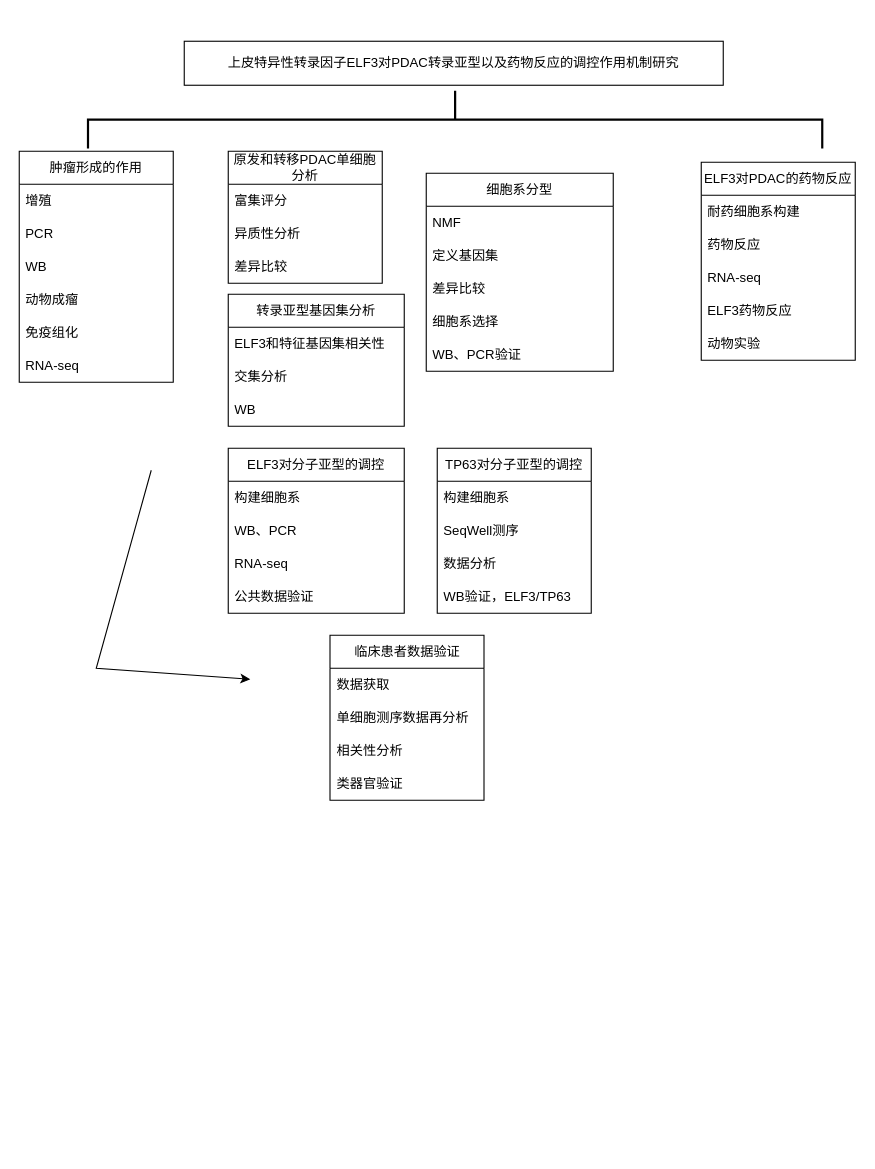
The draw.io diagram ELF3技术路线.drawio in doctorchenzx/ELF3-project, before the edit. Source tidied: cells renumbered, new cells numbered last; positions are measured from the earlier drawing's top-left corner, leaving out a move shared by most shapes. Both pictures are drawn from the tidied source at 110%, with x=0, y=0 at pixel (19, -248).
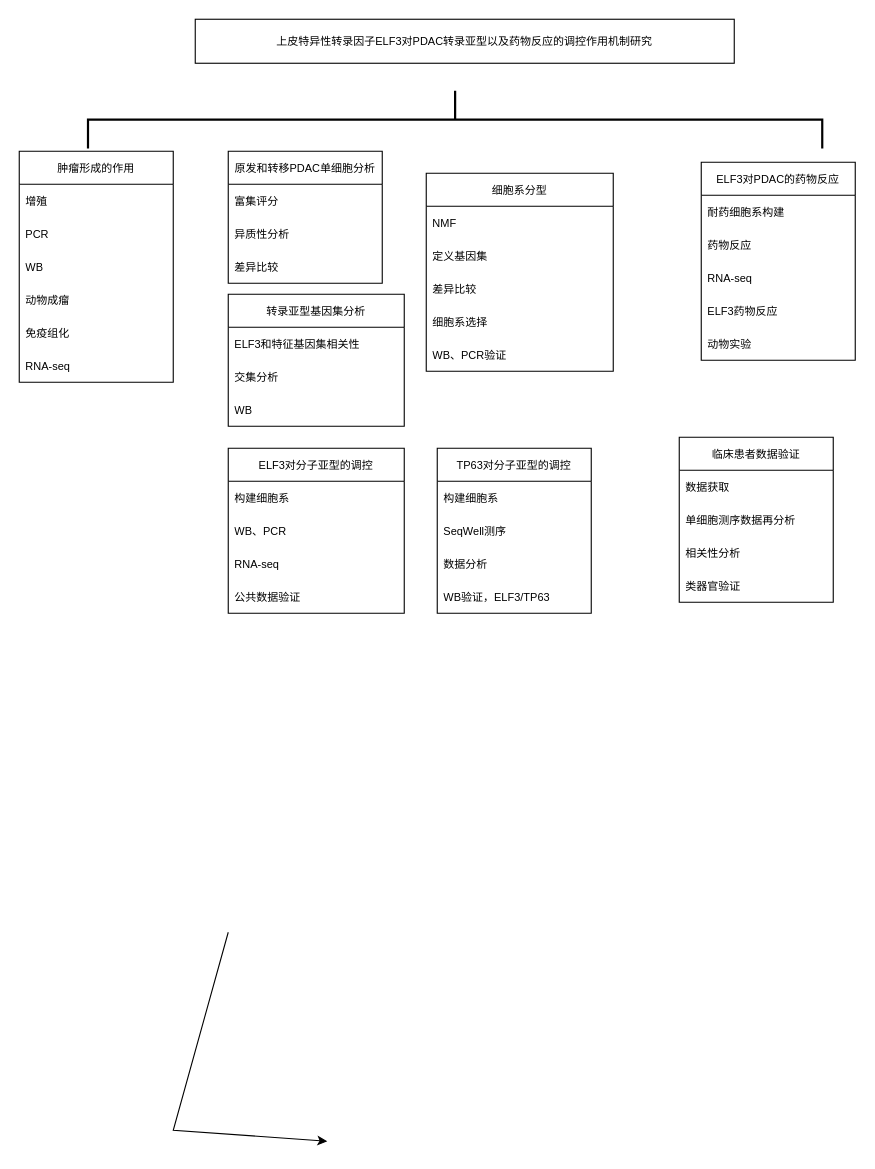
The same diagram, later.

Commit message:
更新ELF3技术路线.drawio

The edit, as a diff of the source:
```diff
@@
-    <mxCell id="2" value="上皮特异性转录因子ELF3对PDAC转录亚型以及药物反应的调控作用机制研究" style="rounded=0;whiteSpace=wrap;html=1;" parent="1" vertex="1">
-      <mxGeometry x="150" y="262" width="490" height="40" as="geometry" />
+    <mxCell id="2" value="上皮特异性转录因子ELF3对PDAC转录亚型以及药物反应的调控作用机制研究" style="rounded=0;whiteSpace=wrap;html=1;fontSize=10;" parent="1" vertex="1">
+      <mxGeometry x="160" y="242" width="490" height="40" as="geometry" />
     </mxCell>
-    <mxCell id="3" style="endArrow=classic;html=1;rounded=0;" parent="1" edge="1">
+    <mxCell id="3" style="endArrow=classic;html=1;rounded=0;fontSize=10;" parent="1" edge="1">
       <mxGeometry relative="1" as="geometry">
-        <mxPoint x="120" y="652" as="sourcePoint" />
-        <mxPoint x="210" y="842" as="targetPoint" />
+        <mxPoint x="190" y="1072" as="sourcePoint" />
+        <mxPoint x="280" y="1262" as="targetPoint" />
         <Array as="points">
-          <mxPoint x="70" y="832" />
+          <mxPoint x="140" y="1252" />
         </Array>
       </mxGeometry>
     </mxCell>
-    <mxCell id="4" value="肿瘤形成的作用" style="swimlane;fontStyle=0;horizontal=1;startSize=30;whiteSpace=wrap;html=1;" parent="1" vertex="1">
+    <mxCell id="4" value="肿瘤形成的作用" style="swimlane;fontStyle=0;horizontal=1;startSize=30;whiteSpace=wrap;html=1;fontSize=10;" parent="1" vertex="1">
       <mxGeometry y="362" width="140" height="210" as="geometry" />
     </mxCell>
-    <mxCell id="5" value="增殖" style="text;strokeColor=none;fillColor=none;align=left;verticalAlign=middle;spacingLeft=4;spacingRight=4;overflow=hidden;whiteSpace=wrap;html=1;" parent="4" vertex="1">
+    <mxCell id="5" value="增殖" style="text;strokeColor=none;fillColor=none;align=left;verticalAlign=middle;spacingLeft=4;spacingRight=4;overflow=hidden;whiteSpace=wrap;html=1;fontSize=10;" parent="4" vertex="1">
       <mxGeometry y="30" width="140" height="30" as="geometry" />
     </mxCell>
-    <mxCell id="6" value="PCR" style="text;strokeColor=none;fillColor=none;align=left;verticalAlign=middle;spacingLeft=4;spacingRight=4;overflow=hidden;whiteSpace=wrap;html=1;" parent="4" vertex="1">
+    <mxCell id="6" value="PCR" style="text;strokeColor=none;fillColor=none;align=left;verticalAlign=middle;spacingLeft=4;spacingRight=4;overflow=hidden;whiteSpace=wrap;html=1;fontSize=10;" parent="4" vertex="1">
       <mxGeometry y="60" width="140" height="30" as="geometry" />
     </mxCell>
-    <mxCell id="7" value="WB" style="text;strokeColor=none;fillColor=none;align=left;verticalAlign=middle;spacingLeft=4;spacingRight=4;overflow=hidden;whiteSpace=wrap;html=1;" parent="4" vertex="1">
+    <mxCell id="7" value="WB" style="text;strokeColor=none;fillColor=none;align=left;verticalAlign=middle;spacingLeft=4;spacingRight=4;overflow=hidden;whiteSpace=wrap;html=1;fontSize=10;" parent="4" vertex="1">
       <mxGeometry y="90" width="140" height="30" as="geometry" />
     </mxCell>
-    <mxCell id="8" value="动物成瘤" style="text;strokeColor=none;fillColor=none;align=left;verticalAlign=middle;spacingLeft=4;spacingRight=4;overflow=hidden;whiteSpace=wrap;html=1;" parent="4" vertex="1">
+    <mxCell id="8" value="动物成瘤" style="text;strokeColor=none;fillColor=none;align=left;verticalAlign=middle;spacingLeft=4;spacingRight=4;overflow=hidden;whiteSpace=wrap;html=1;fontSize=10;" parent="4" vertex="1">
       <mxGeometry y="120" width="140" height="30" as="geometry" />
     </mxCell>
-    <mxCell id="9" value="免疫组化" style="text;strokeColor=none;fillColor=none;align=left;verticalAlign=middle;spacingLeft=4;spacingRight=4;overflow=hidden;whiteSpace=wrap;html=1;" parent="4" vertex="1">
+    <mxCell id="9" value="免疫组化" style="text;strokeColor=none;fillColor=none;align=left;verticalAlign=middle;spacingLeft=4;spacingRight=4;overflow=hidden;whiteSpace=wrap;html=1;fontSize=10;" parent="4" vertex="1">
       <mxGeometry y="150" width="140" height="30" as="geometry" />
     </mxCell>
-    <mxCell id="10" value="RNA-seq" style="text;strokeColor=none;fillColor=none;align=left;verticalAlign=middle;spacingLeft=4;spacingRight=4;overflow=hidden;whiteSpace=wrap;html=1;" parent="4" vertex="1">
+    <mxCell id="10" value="RNA-seq" style="text;strokeColor=none;fillColor=none;align=left;verticalAlign=middle;spacingLeft=4;spacingRight=4;overflow=hidden;whiteSpace=wrap;html=1;fontSize=10;" parent="4" vertex="1">
       <mxGeometry y="180" width="140" height="30" as="geometry" />
     </mxCell>
-    <mxCell id="11" style="strokeWidth=2;html=1;shape=mxgraph.flowchart.annotation_2;align=left;labelPosition=right;rotation=90;" parent="1" vertex="1">
+    <mxCell id="11" style="strokeWidth=2;html=1;shape=mxgraph.flowchart.annotation_2;align=left;labelPosition=right;rotation=90;fontSize=10;" parent="1" vertex="1">
       <mxGeometry x="370" y="-0.5" width="52.5" height="667.5" as="geometry" />
     </mxCell>
-    <mxCell id="12" value="转录亚型基因集分析" style="swimlane;fontStyle=0;horizontal=1;startSize=30;whiteSpace=wrap;html=1;" parent="1" vertex="1">
+    <mxCell id="12" value="转录亚型基因集分析" style="swimlane;fontStyle=0;horizontal=1;startSize=30;whiteSpace=wrap;html=1;fontSize=10;" parent="1" vertex="1">
       <mxGeometry x="190" y="492" width="160" height="120" as="geometry" />
     </mxCell>
-    <mxCell id="13" value="ELF3和特征基因集相关性" style="text;strokeColor=none;fillColor=none;align=left;verticalAlign=middle;spacingLeft=4;spacingRight=4;overflow=hidden;whiteSpace=wrap;html=1;" parent="12" vertex="1">
+    <mxCell id="13" value="ELF3和特征基因集相关性" style="text;strokeColor=none;fillColor=none;align=left;verticalAlign=middle;spacingLeft=4;spacingRight=4;overflow=hidden;whiteSpace=wrap;html=1;fontSize=10;" parent="12" vertex="1">
       <mxGeometry y="30" width="160" height="30" as="geometry" />
     </mxCell>
-    <mxCell id="14" value="交集分析" style="text;strokeColor=none;fillColor=none;align=left;verticalAlign=middle;spacingLeft=4;spacingRight=4;overflow=hidden;whiteSpace=wrap;html=1;" parent="12" vertex="1">
+    <mxCell id="14" value="交集分析" style="text;strokeColor=none;fillColor=none;align=left;verticalAlign=middle;spacingLeft=4;spacingRight=4;overflow=hidden;whiteSpace=wrap;html=1;fontSize=10;" parent="12" vertex="1">
       <mxGeometry y="60" width="160" height="30" as="geometry" />
     </mxCell>
-    <mxCell id="15" value="WB" style="text;strokeColor=none;fillColor=none;align=left;verticalAlign=middle;spacingLeft=4;spacingRight=4;overflow=hidden;whiteSpace=wrap;html=1;" parent="12" vertex="1">
+    <mxCell id="15" value="WB" style="text;strokeColor=none;fillColor=none;align=left;verticalAlign=middle;spacingLeft=4;spacingRight=4;overflow=hidden;whiteSpace=wrap;html=1;fontSize=10;" parent="12" vertex="1">
       <mxGeometry y="90" width="160" height="30" as="geometry" />
     </mxCell>
-    <mxCell id="16" value="ELF3对PDAC的药物反应" style="swimlane;fontStyle=0;horizontal=1;startSize=30;whiteSpace=wrap;html=1;" parent="1" vertex="1">
+    <mxCell id="16" value="ELF3对PDAC的药物反应" style="swimlane;fontStyle=0;horizontal=1;startSize=30;whiteSpace=wrap;html=1;fontSize=10;" parent="1" vertex="1">
       <mxGeometry x="620" y="372" width="140" height="180" as="geometry" />
     </mxCell>
-    <mxCell id="17" value="&lt;div&gt;&lt;span style=&quot;background-color: transparent; color: light-dark(rgb(0, 0, 0), rgb(255, 255, 255));&quot;&gt;耐药细胞系构建&lt;/span&gt;&lt;/div&gt;" style="text;strokeColor=none;fillColor=none;align=left;verticalAlign=middle;spacingLeft=4;spacingRight=4;overflow=hidden;whiteSpace=wrap;html=1;" parent="16" vertex="1">
+    <mxCell id="17" value="&lt;div&gt;&lt;span style=&quot;background-color: transparent; color: light-dark(rgb(0, 0, 0), rgb(255, 255, 255));&quot;&gt;耐药细胞系构建&lt;/span&gt;&lt;/div&gt;" style="text;strokeColor=none;fillColor=none;align=left;verticalAlign=middle;spacingLeft=4;spacingRight=4;overflow=hidden;whiteSpace=wrap;html=1;fontSize=10;" parent="16" vertex="1">
       <mxGeometry y="30" width="140" height="30" as="geometry" />
     </mxCell>
-    <mxCell id="18" value="药物反应" style="text;strokeColor=none;fillColor=none;align=left;verticalAlign=middle;spacingLeft=4;spacingRight=4;overflow=hidden;whiteSpace=wrap;html=1;" parent="16" vertex="1">
+    <mxCell id="18" value="药物反应" style="text;strokeColor=none;fillColor=none;align=left;verticalAlign=middle;spacingLeft=4;spacingRight=4;overflow=hidden;whiteSpace=wrap;html=1;fontSize=10;" parent="16" vertex="1">
       <mxGeometry y="60" width="140" height="30" as="geometry" />
     </mxCell>
-    <mxCell id="19" value="RNA-seq" style="text;strokeColor=none;fillColor=none;align=left;verticalAlign=middle;spacingLeft=4;spacingRight=4;overflow=hidden;whiteSpace=wrap;html=1;" parent="16" vertex="1">
+    <mxCell id="19" value="RNA-seq" style="text;strokeColor=none;fillColor=none;align=left;verticalAlign=middle;spacingLeft=4;spacingRight=4;overflow=hidden;whiteSpace=wrap;html=1;fontSize=10;" parent="16" vertex="1">
       <mxGeometry y="90" width="140" height="30" as="geometry" />
     </mxCell>
-    <mxCell id="20" value="ELF3药物反应" style="text;strokeColor=none;fillColor=none;align=left;verticalAlign=middle;spacingLeft=4;spacingRight=4;overflow=hidden;whiteSpace=wrap;html=1;" parent="16" vertex="1">
+    <mxCell id="20" value="ELF3药物反应" style="text;strokeColor=none;fillColor=none;align=left;verticalAlign=middle;spacingLeft=4;spacingRight=4;overflow=hidden;whiteSpace=wrap;html=1;fontSize=10;" parent="16" vertex="1">
       <mxGeometry y="120" width="140" height="30" as="geometry" />
     </mxCell>
-    <mxCell id="21" value="动物实验" style="text;strokeColor=none;fillColor=none;align=left;verticalAlign=middle;spacingLeft=4;spacingRight=4;overflow=hidden;whiteSpace=wrap;html=1;" parent="16" vertex="1">
+    <mxCell id="21" value="动物实验" style="text;strokeColor=none;fillColor=none;align=left;verticalAlign=middle;spacingLeft=4;spacingRight=4;overflow=hidden;whiteSpace=wrap;html=1;fontSize=10;" parent="16" vertex="1">
       <mxGeometry y="150" width="140" height="30" as="geometry" />
     </mxCell>
-    <mxCell id="22" value="细胞系分型" style="swimlane;fontStyle=0;horizontal=1;startSize=30;whiteSpace=wrap;html=1;" parent="1" vertex="1">
+    <mxCell id="22" value="细胞系分型" style="swimlane;fontStyle=0;horizontal=1;startSize=30;whiteSpace=wrap;html=1;fontSize=10;" parent="1" vertex="1">
       <mxGeometry x="370" y="382" width="170" height="180" as="geometry" />
     </mxCell>
-    <mxCell id="23" value="NMF" style="text;strokeColor=none;fillColor=none;align=left;verticalAlign=middle;spacingLeft=4;spacingRight=4;overflow=hidden;whiteSpace=wrap;html=1;" parent="22" vertex="1">
+    <mxCell id="23" value="NMF" style="text;strokeColor=none;fillColor=none;align=left;verticalAlign=middle;spacingLeft=4;spacingRight=4;overflow=hidden;whiteSpace=wrap;html=1;fontSize=10;" parent="22" vertex="1">
       <mxGeometry y="30" width="170" height="30" as="geometry" />
     </mxCell>
-    <mxCell id="24" value="定义基因集" style="text;strokeColor=none;fillColor=none;align=left;verticalAlign=middle;spacingLeft=4;spacingRight=4;overflow=hidden;whiteSpace=wrap;html=1;" parent="22" vertex="1">
+    <mxCell id="24" value="定义基因集" style="text;strokeColor=none;fillColor=none;align=left;verticalAlign=middle;spacingLeft=4;spacingRight=4;overflow=hidden;whiteSpace=wrap;html=1;fontSize=10;" parent="22" vertex="1">
       <mxGeometry y="60" width="170" height="30" as="geometry" />
     </mxCell>
-    <mxCell id="25" value="差异比较" style="text;strokeColor=none;fillColor=none;align=left;verticalAlign=middle;spacingLeft=4;spacingRight=4;overflow=hidden;whiteSpace=wrap;html=1;" parent="22" vertex="1">
+    <mxCell id="25" value="差异比较" style="text;strokeColor=none;fillColor=none;align=left;verticalAlign=middle;spacingLeft=4;spacingRight=4;overflow=hidden;whiteSpace=wrap;html=1;fontSize=10;" parent="22" vertex="1">
       <mxGeometry y="90" width="170" height="30" as="geometry" />
     </mxCell>
-    <mxCell id="26" value="细胞系选择" style="text;strokeColor=none;fillColor=none;align=left;verticalAlign=middle;spacingLeft=4;spacingRight=4;overflow=hidden;whiteSpace=wrap;html=1;" parent="22" vertex="1">
+    <mxCell id="26" value="细胞系选择" style="text;strokeColor=none;fillColor=none;align=left;verticalAlign=middle;spacingLeft=4;spacingRight=4;overflow=hidden;whiteSpace=wrap;html=1;fontSize=10;" parent="22" vertex="1">
       <mxGeometry y="120" width="170" height="30" as="geometry" />
     </mxCell>
-    <mxCell id="27" value="WB、PCR验证" style="text;strokeColor=none;fillColor=none;align=left;verticalAlign=middle;spacingLeft=4;spacingRight=4;overflow=hidden;whiteSpace=wrap;html=1;" parent="22" vertex="1">
+    <mxCell id="27" value="WB、PCR验证" style="text;strokeColor=none;fillColor=none;align=left;verticalAlign=middle;spacingLeft=4;spacingRight=4;overflow=hidden;whiteSpace=wrap;html=1;fontSize=10;" parent="22" vertex="1">
       <mxGeometry y="150" width="170" height="30" as="geometry" />
     </mxCell>
-    <mxCell id="28" value="TP63对分子亚型的调控" style="swimlane;fontStyle=0;horizontal=1;startSize=30;whiteSpace=wrap;html=1;" parent="1" vertex="1">
+    <mxCell id="28" value="TP63对分子亚型的调控" style="swimlane;fontStyle=0;horizontal=1;startSize=30;whiteSpace=wrap;html=1;fontSize=10;" parent="1" vertex="1">
       <mxGeometry x="380" y="632" width="140" height="150" as="geometry" />
     </mxCell>
-    <mxCell id="29" value="构建细胞系" style="text;strokeColor=none;fillColor=none;align=left;verticalAlign=middle;spacingLeft=4;spacingRight=4;overflow=hidden;whiteSpace=wrap;html=1;" parent="28" vertex="1">
+    <mxCell id="29" value="构建细胞系" style="text;strokeColor=none;fillColor=none;align=left;verticalAlign=middle;spacingLeft=4;spacingRight=4;overflow=hidden;whiteSpace=wrap;html=1;fontSize=10;" parent="28" vertex="1">
       <mxGeometry y="30" width="140" height="30" as="geometry" />
     </mxCell>
-    <mxCell id="30" value="SeqWell测序" style="text;strokeColor=none;fillColor=none;align=left;verticalAlign=middle;spacingLeft=4;spacingRight=4;overflow=hidden;whiteSpace=wrap;html=1;" parent="28" vertex="1">
+    <mxCell id="30" value="SeqWell测序" style="text;strokeColor=none;fillColor=none;align=left;verticalAlign=middle;spacingLeft=4;spacingRight=4;overflow=hidden;whiteSpace=wrap;html=1;fontSize=10;" parent="28" vertex="1">
       <mxGeometry y="60" width="140" height="30" as="geometry" />
     </mxCell>
-    <mxCell id="31" value="数据分析" style="text;strokeColor=none;fillColor=none;align=left;verticalAlign=middle;spacingLeft=4;spacingRight=4;overflow=hidden;whiteSpace=wrap;html=1;" parent="28" vertex="1">
+    <mxCell id="31" value="数据分析" style="text;strokeColor=none;fillColor=none;align=left;verticalAlign=middle;spacingLeft=4;spacingRight=4;overflow=hidden;whiteSpace=wrap;html=1;fontSize=10;" parent="28" vertex="1">
       <mxGeometry y="90" width="140" height="30" as="geometry" />
     </mxCell>
-    <mxCell id="32" value="WB验证，ELF3/TP63" style="text;strokeColor=none;fillColor=none;align=left;verticalAlign=middle;spacingLeft=4;spacingRight=4;overflow=hidden;whiteSpace=wrap;html=1;" parent="28" vertex="1">
+    <mxCell id="32" value="WB验证，ELF3/TP63" style="text;strokeColor=none;fillColor=none;align=left;verticalAlign=middle;spacingLeft=4;spacingRight=4;overflow=hidden;whiteSpace=wrap;html=1;fontSize=10;" parent="28" vertex="1">
       <mxGeometry y="120" width="140" height="30" as="geometry" />
     </mxCell>
-    <mxCell id="33" value="临床患者数据验证" style="swimlane;fontStyle=0;horizontal=1;startSize=30;whiteSpace=wrap;html=1;" parent="1" vertex="1">
-      <mxGeometry x="282.5" y="802" width="140" height="150" as="geometry" />
+    <mxCell id="33" value="临床患者数据验证" style="swimlane;fontStyle=0;horizontal=1;startSize=30;whiteSpace=wrap;html=1;fontSize=10;" parent="1" vertex="1">
+      <mxGeometry x="600" y="622" width="140" height="150" as="geometry" />
     </mxCell>
-    <mxCell id="34" value="数据获取" style="text;strokeColor=none;fillColor=none;align=left;verticalAlign=middle;spacingLeft=4;spacingRight=4;overflow=hidden;whiteSpace=wrap;html=1;" parent="33" vertex="1">
+    <mxCell id="34" value="数据获取" style="text;strokeColor=none;fillColor=none;align=left;verticalAlign=middle;spacingLeft=4;spacingRight=4;overflow=hidden;whiteSpace=wrap;html=1;fontSize=10;" parent="33" vertex="1">
       <mxGeometry y="30" width="140" height="30" as="geometry" />
     </mxCell>
-    <mxCell id="35" value="单细胞测序数据再分析" style="text;strokeColor=none;fillColor=none;align=left;verticalAlign=middle;spacingLeft=4;spacingRight=4;overflow=hidden;whiteSpace=wrap;html=1;" parent="33" vertex="1">
+    <mxCell id="35" value="单细胞测序数据再分析" style="text;strokeColor=none;fillColor=none;align=left;verticalAlign=middle;spacingLeft=4;spacingRight=4;overflow=hidden;whiteSpace=wrap;html=1;fontSize=10;" parent="33" vertex="1">
       <mxGeometry y="60" width="140" height="30" as="geometry" />
     </mxCell>
-    <mxCell id="36" value="相关性分析" style="text;strokeColor=none;fillColor=none;align=left;verticalAlign=middle;spacingLeft=4;spacingRight=4;overflow=hidden;whiteSpace=wrap;html=1;" parent="33" vertex="1">
+    <mxCell id="36" value="相关性分析" style="text;strokeColor=none;fillColor=none;align=left;verticalAlign=middle;spacingLeft=4;spacingRight=4;overflow=hidden;whiteSpace=wrap;html=1;fontSize=10;" parent="33" vertex="1">
       <mxGeometry y="90" width="140" height="30" as="geometry" />
     </mxCell>
-    <mxCell id="37" value="类器官验证" style="text;strokeColor=none;fillColor=none;align=left;verticalAlign=middle;spacingLeft=4;spacingRight=4;overflow=hidden;whiteSpace=wrap;html=1;" parent="33" vertex="1">
+    <mxCell id="37" value="类器官验证" style="text;strokeColor=none;fillColor=none;align=left;verticalAlign=middle;spacingLeft=4;spacingRight=4;overflow=hidden;whiteSpace=wrap;html=1;fontSize=10;" parent="33" vertex="1">
       <mxGeometry y="120" width="140" height="30" as="geometry" />
     </mxCell>
-    <mxCell id="38" value="原发和转移PDAC单细胞分析" style="swimlane;fontStyle=0;horizontal=1;startSize=30;whiteSpace=wrap;html=1;" parent="1" vertex="1">
+    <mxCell id="38" value="原发和转移PDAC单细胞分析" style="swimlane;fontStyle=0;horizontal=1;startSize=30;whiteSpace=wrap;html=1;fontSize=10;" parent="1" vertex="1">
       <mxGeometry x="190" y="362" width="140" height="120" as="geometry" />
     </mxCell>
-    <mxCell id="39" value="&lt;div&gt;&lt;span style=&quot;background-color: transparent; color: light-dark(rgb(0, 0, 0), rgb(255, 255, 255));&quot;&gt;富集评分&lt;/span&gt;&lt;/div&gt;" style="text;strokeColor=none;fillColor=none;align=left;verticalAlign=middle;spacingLeft=4;spacingRight=4;overflow=hidden;whiteSpace=wrap;html=1;" parent="38" vertex="1">
+    <mxCell id="39" value="&lt;div&gt;&lt;span style=&quot;background-color: transparent; color: light-dark(rgb(0, 0, 0), rgb(255, 255, 255));&quot;&gt;富集评分&lt;/span&gt;&lt;/div&gt;" style="text;strokeColor=none;fillColor=none;align=left;verticalAlign=middle;spacingLeft=4;spacingRight=4;overflow=hidden;whiteSpace=wrap;html=1;fontSize=10;" parent="38" vertex="1">
       <mxGeometry y="30" width="140" height="30" as="geometry" />
     </mxCell>
-    <mxCell id="40" value="异质性分析" style="text;strokeColor=none;fillColor=none;align=left;verticalAlign=middle;spacingLeft=4;spacingRight=4;overflow=hidden;whiteSpace=wrap;html=1;" parent="38" vertex="1">
+    <mxCell id="40" value="异质性分析" style="text;strokeColor=none;fillColor=none;align=left;verticalAlign=middle;spacingLeft=4;spacingRight=4;overflow=hidden;whiteSpace=wrap;html=1;fontSize=10;" parent="38" vertex="1">
       <mxGeometry y="60" width="140" height="30" as="geometry" />
     </mxCell>
-    <mxCell id="41" value="差异比较" style="text;strokeColor=none;fillColor=none;align=left;verticalAlign=middle;spacingLeft=4;spacingRight=4;overflow=hidden;whiteSpace=wrap;html=1;" parent="38" vertex="1">
+    <mxCell id="41" value="差异比较" style="text;strokeColor=none;fillColor=none;align=left;verticalAlign=middle;spacingLeft=4;spacingRight=4;overflow=hidden;whiteSpace=wrap;html=1;fontSize=10;" parent="38" vertex="1">
       <mxGeometry y="90" width="140" height="30" as="geometry" />
     </mxCell>
-    <mxCell id="42" value="ELF3对分子亚型的调控" style="swimlane;fontStyle=0;horizontal=1;startSize=30;whiteSpace=wrap;html=1;" parent="1" vertex="1">
+    <mxCell id="42" value="ELF3对分子亚型的调控" style="swimlane;fontStyle=0;horizontal=1;startSize=30;whiteSpace=wrap;html=1;fontSize=10;" parent="1" vertex="1">
       <mxGeometry x="190" y="632" width="160" height="150" as="geometry" />
     </mxCell>
-    <mxCell id="43" value="构建细胞系" style="text;strokeColor=none;fillColor=none;align=left;verticalAlign=middle;spacingLeft=4;spacingRight=4;overflow=hidden;whiteSpace=wrap;html=1;" parent="42" vertex="1">
+    <mxCell id="43" value="构建细胞系" style="text;strokeColor=none;fillColor=none;align=left;verticalAlign=middle;spacingLeft=4;spacingRight=4;overflow=hidden;whiteSpace=wrap;html=1;fontSize=10;" parent="42" vertex="1">
       <mxGeometry y="30" width="160" height="30" as="geometry" />
     </mxCell>
-    <mxCell id="44" value="WB、PCR" style="text;strokeColor=none;fillColor=none;align=left;verticalAlign=middle;spacingLeft=4;spacingRight=4;overflow=hidden;whiteSpace=wrap;html=1;" parent="42" vertex="1">
+    <mxCell id="44" value="WB、PCR" style="text;strokeColor=none;fillColor=none;align=left;verticalAlign=middle;spacingLeft=4;spacingRight=4;overflow=hidden;whiteSpace=wrap;html=1;fontSize=10;" parent="42" vertex="1">
       <mxGeometry y="60" width="160" height="30" as="geometry" />
     </mxCell>
-    <mxCell id="45" value="RNA-seq" style="text;strokeColor=none;fillColor=none;align=left;verticalAlign=middle;spacingLeft=4;spacingRight=4;overflow=hidden;whiteSpace=wrap;html=1;" parent="42" vertex="1">
+    <mxCell id="45" value="RNA-seq" style="text;strokeColor=none;fillColor=none;align=left;verticalAlign=middle;spacingLeft=4;spacingRight=4;overflow=hidden;whiteSpace=wrap;html=1;fontSize=10;" parent="42" vertex="1">
       <mxGeometry y="90" width="160" height="30" as="geometry" />
     </mxCell>
-    <mxCell id="46" value="公共数据验证" style="text;strokeColor=none;fillColor=none;align=left;verticalAlign=middle;spacingLeft=4;spacingRight=4;overflow=hidden;whiteSpace=wrap;html=1;" parent="42" vertex="1">
+    <mxCell id="46" value="公共数据验证" style="text;strokeColor=none;fillColor=none;align=left;verticalAlign=middle;spacingLeft=4;spacingRight=4;overflow=hidden;whiteSpace=wrap;html=1;fontSize=10;" parent="42" vertex="1">
       <mxGeometry y="120" width="160" height="30" as="geometry" />
     </mxCell>
```
